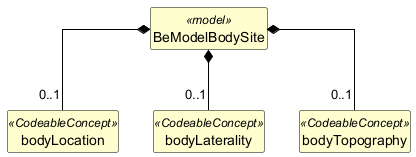
Before: exports/diagrams/BeModelBodySite-uml.png, a diagram exported from PlantUML (caresets/caresets-src).
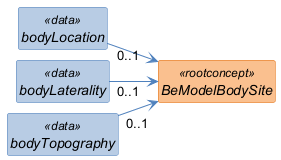
After the commit.

The edit, as a diff of the source:
```diff
@@ -1,30 +1,37 @@
 @startuml
+left to right direction
 skinparam shadowing false
+skinparam nodesep 10
+skinparam ranksep 40
 skinparam classAttributeIconSize 0
-skinparam linetype ortho
 skinparam class {
-  BackgroundColor #FEFECE
-  BorderColor #000000
-  ArrowColor #000000
-  FontStyle bold
-  AttributeFontStyle normal
+  FontStyle italic
+  BackgroundColor<<rootconcept>> #FAC08F
+  BorderColor<<rootconcept>> #E36C0A
+  BackgroundColor<<data>> #B8CCE4
+  BorderColor<<data>> #4F81BD
+  BackgroundColor<<reference>> #D9D9D9
+  BorderColor<<reference>> #808080
+  BackgroundColor<<value set>> #C3D69B
+  BorderColor<<value set>> #77933C
+  ArrowColor #4F81BD
 }
 hide circle
 hide empty members
 
-class "BeModelBodySite" as BeModelBodySite <<model>> {
+class "BeModelBodySite" as BeModelBodySite <<rootconcept>> {
 }
 
-class "bodyLocation" as BeModelBodySite_bodyLocation <<CodeableConcept>> {
+class "bodyLocation" as BeModelBodySite_bodyLocation <<data>> {
 }
 
-class "bodyLaterality" as BeModelBodySite_bodyLaterality <<CodeableConcept>> {
+class "bodyLaterality" as BeModelBodySite_bodyLaterality <<data>> {
 }
 
-class "bodyTopography" as BeModelBodySite_bodyTopography <<CodeableConcept>> {
+class "bodyTopography" as BeModelBodySite_bodyTopography <<data>> {
 }
 
-BeModelBodySite *-- "0..1" BeModelBodySite_bodyLocation
-BeModelBodySite *-- "0..1" BeModelBodySite_bodyLaterality
-BeModelBodySite *-- "0..1" BeModelBodySite_bodyTopography
+BeModelBodySite_bodyLocation "0..1" --> BeModelBodySite
+BeModelBodySite_bodyLaterality "0..1" --> BeModelBodySite
+BeModelBodySite_bodyTopography "0..1" --> BeModelBodySite
 @enduml
```
